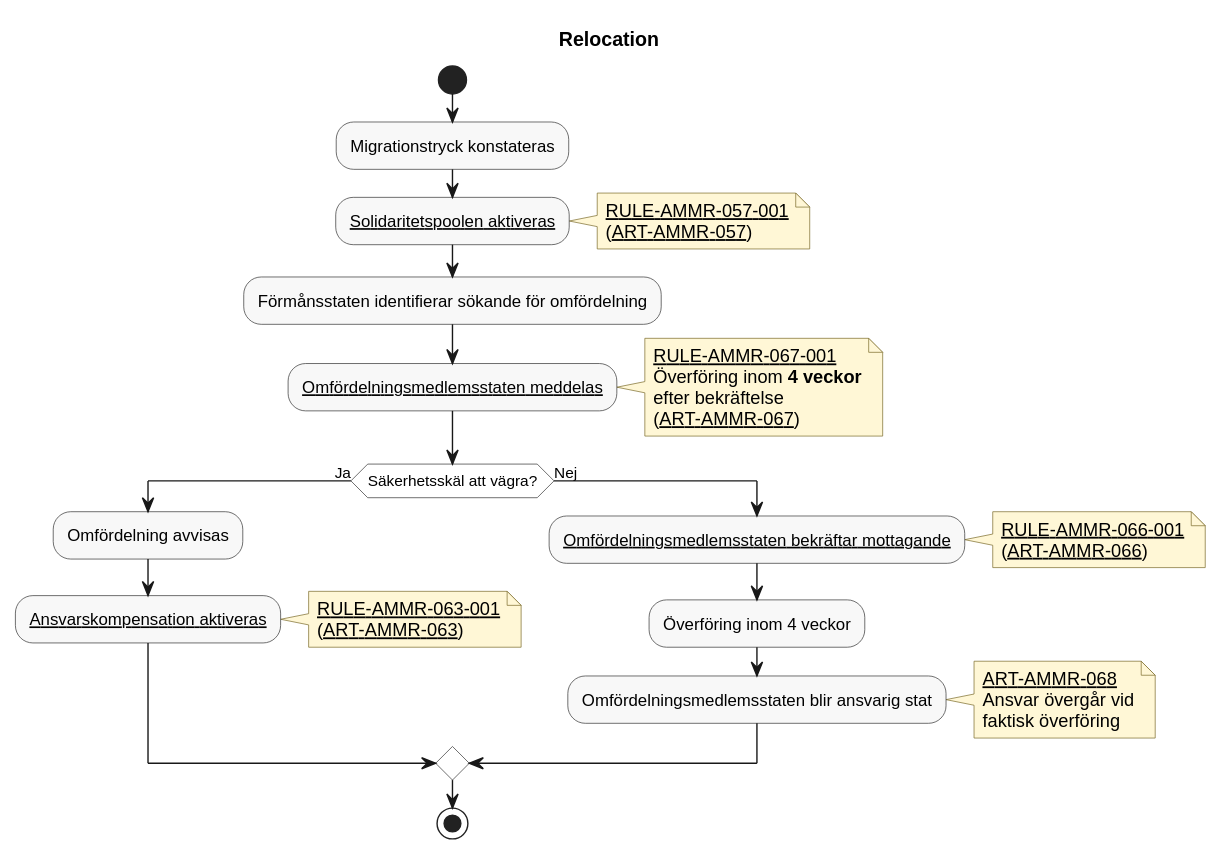
chrhe894/migration_pact keeps this PlantUML diagram as docs/domains/solidarity/diagrams/relocation.svg. Above is the earlier version.
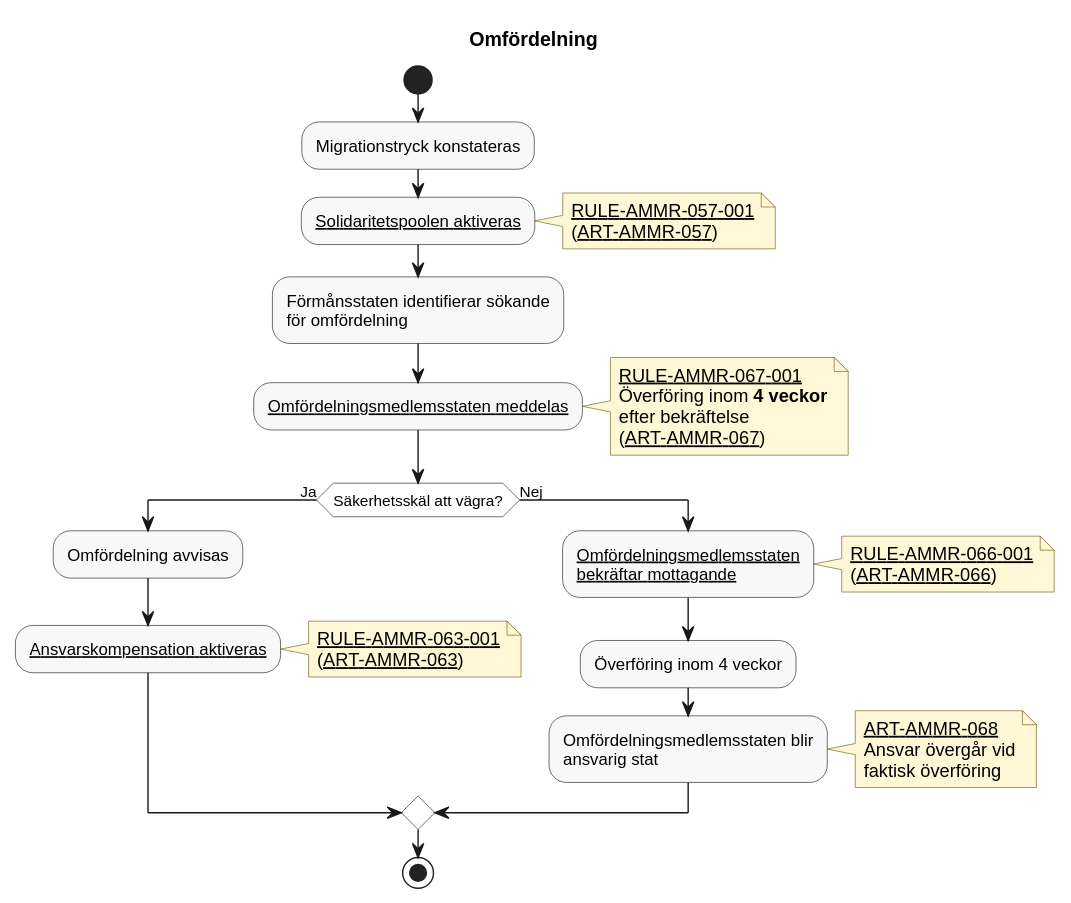
The same diagram one commit later.

Diff of the diagram source:
```diff
@@ -1,5 +1,5 @@
 @startuml
-title Relocation
+title Omfördelning
 
 skinparam shadowing false
 skinparam HyperlinkColor Black
@@ -26,7 +26,7 @@
   ([[../articles/ammr-057.md ART-AMMR-057]])
 end note
 
-:Förmånsstaten identifierar sökande för omfördelning;
+:Förmånsstaten identifierar sökande\nför omfördelning;
 
 :[[../rules/rule-ammr-067-001.md Omfördelningsmedlemsstaten meddelas]];
 note right
@@ -48,7 +48,7 @@
 
 else (Nej)
 
-    :[[../rules/rule-ammr-066-001.md Omfördelningsmedlemsstaten bekräftar mottagande]];
+    :[[../rules/rule-ammr-066-001.md Omfördelningsmedlemsstaten\nbekräftar mottagande]];
     note right
       [[../rules/rule-ammr-066-001.md RULE-AMMR-066-001]]
       ([[../articles/ammr-066.md ART-AMMR-066]])
@@ -56,7 +56,7 @@
 
     :Överföring inom 4 veckor;
 
-    :Omfördelningsmedlemsstaten blir ansvarig stat;
+    :Omfördelningsmedlemsstaten blir\nansvarig stat;
     note right
       [[../articles/ammr-068.md ART-AMMR-068]]
       Ansvar övergår vid
```
